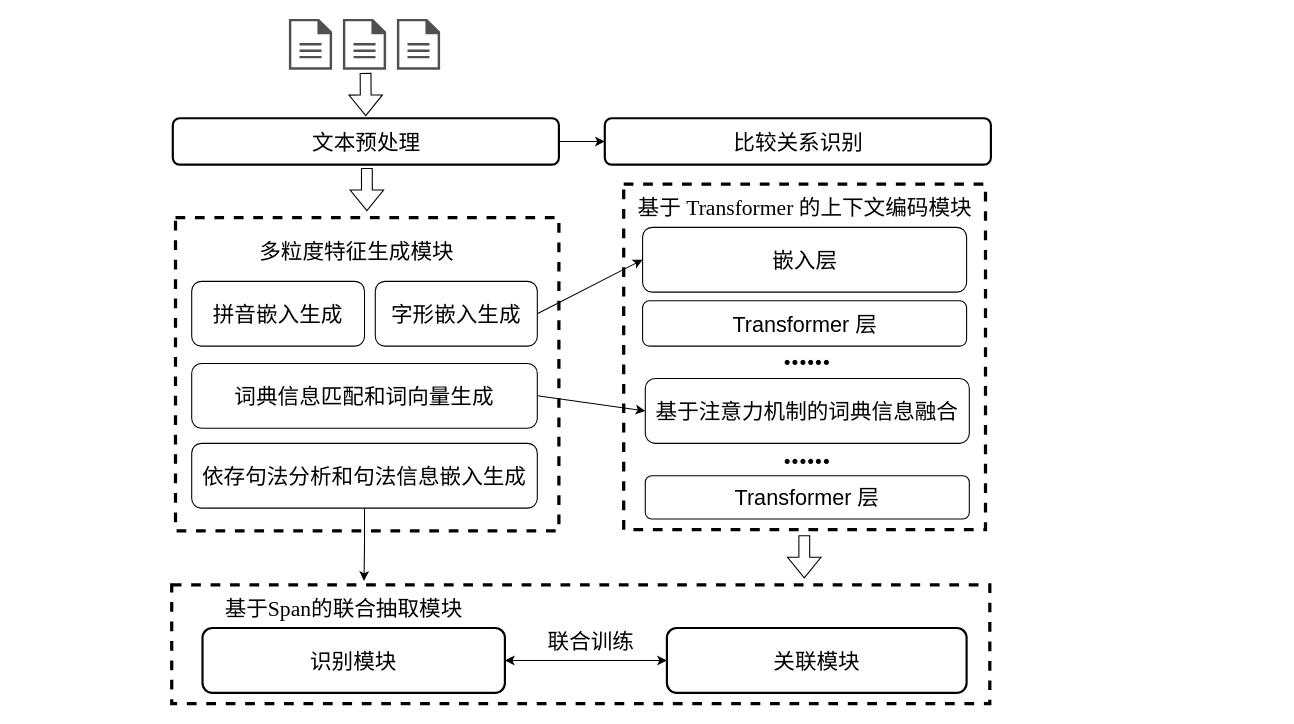
The draw.io diagram page "第 1 页" (1 of 2) of 基于特征增强的MQI联合抽取.drawio in JJackMoO/Jackert_draw, before the edit. Source tidied: cells renumbered, new cells numbered last; positions are measured from the earlier drawing's top-left corner, leaving out a move shared by most shapes. Both pictures are drawn from the tidied source at 108%, with x=0, y=0 at pixel (149, 18).
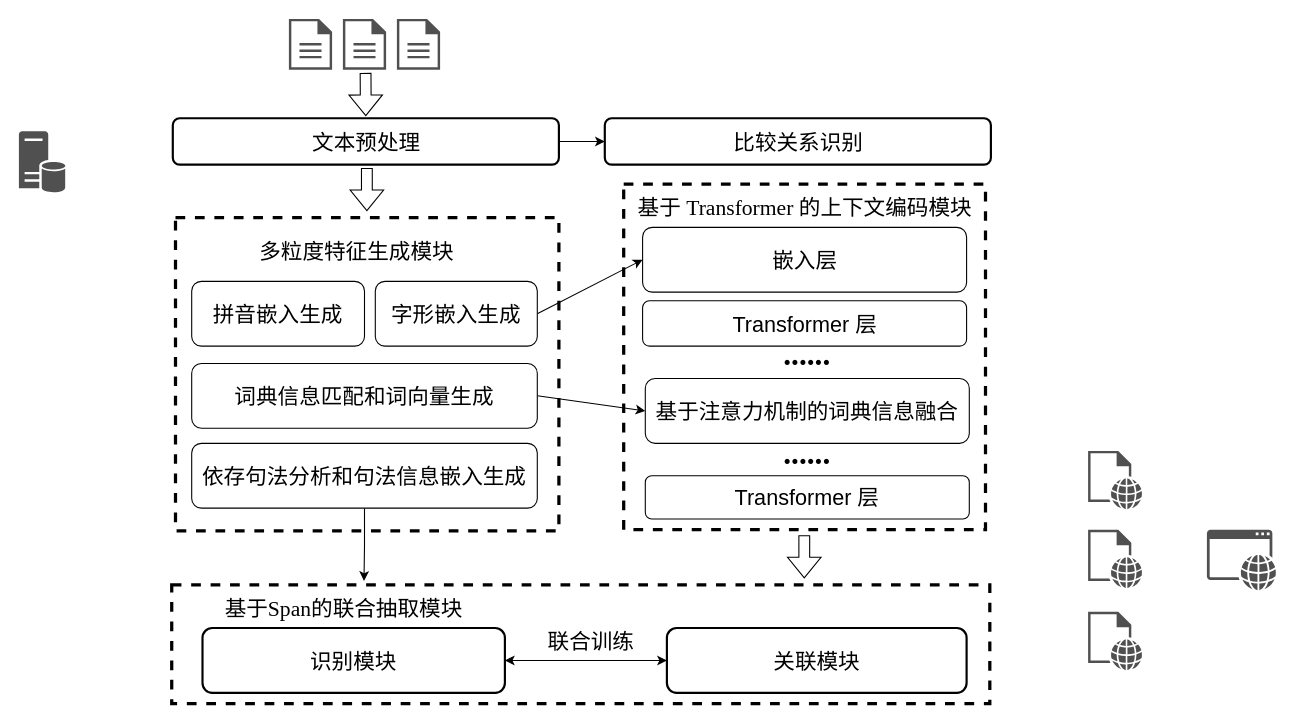
Above is the later version.

Commit message:
更新基于特征增强的MQI联合抽取.drawio

Diff of the diagram source:
```diff
@@
+    <mxCell id="34" style="sketch=0;shadow=0;dashed=0;html=1;strokeColor=none;fillColor=#505050;labelPosition=center;verticalLabelPosition=bottom;verticalAlign=top;align=center;shape=mxgraph.office.concepts.application_web;" parent="1" vertex="1">
+      <mxGeometry x="979" y="473" width="64" height="56" as="geometry" />
+    </mxCell>
+    <mxCell id="35" style="sketch=0;shadow=0;dashed=0;html=1;strokeColor=none;fillColor=#505050;labelPosition=center;verticalLabelPosition=bottom;verticalAlign=top;align=center;shape=mxgraph.office.concepts.web_page;" parent="1" vertex="1">
+      <mxGeometry x="869" y="400" width="50" height="54" as="geometry" />
+    </mxCell>
+    <mxCell id="36" style="sketch=0;shadow=0;dashed=0;html=1;strokeColor=none;fillColor=#505050;labelPosition=center;verticalLabelPosition=bottom;verticalAlign=top;align=center;shape=mxgraph.office.concepts.web_page;" parent="1" vertex="1">
+      <mxGeometry x="869" y="473" width="50" height="54" as="geometry" />
+    </mxCell>
+    <mxCell id="37" style="sketch=0;shadow=0;dashed=0;html=1;strokeColor=none;fillColor=#505050;labelPosition=center;verticalLabelPosition=bottom;verticalAlign=top;align=center;shape=mxgraph.office.concepts.web_page;" parent="1" vertex="1">
+      <mxGeometry x="869" y="549" width="50" height="54" as="geometry" />
+    </mxCell>
+    <mxCell id="38" style="sketch=0;shadow=0;dashed=0;html=1;strokeColor=none;fillColor=#505050;labelPosition=center;verticalLabelPosition=bottom;verticalAlign=top;align=center;shape=mxgraph.office.databases.database_server;" parent="1" vertex="1">
+      <mxGeometry x="-121" y="104" width="43" height="57" as="geometry" />
+    </mxCell>
```
